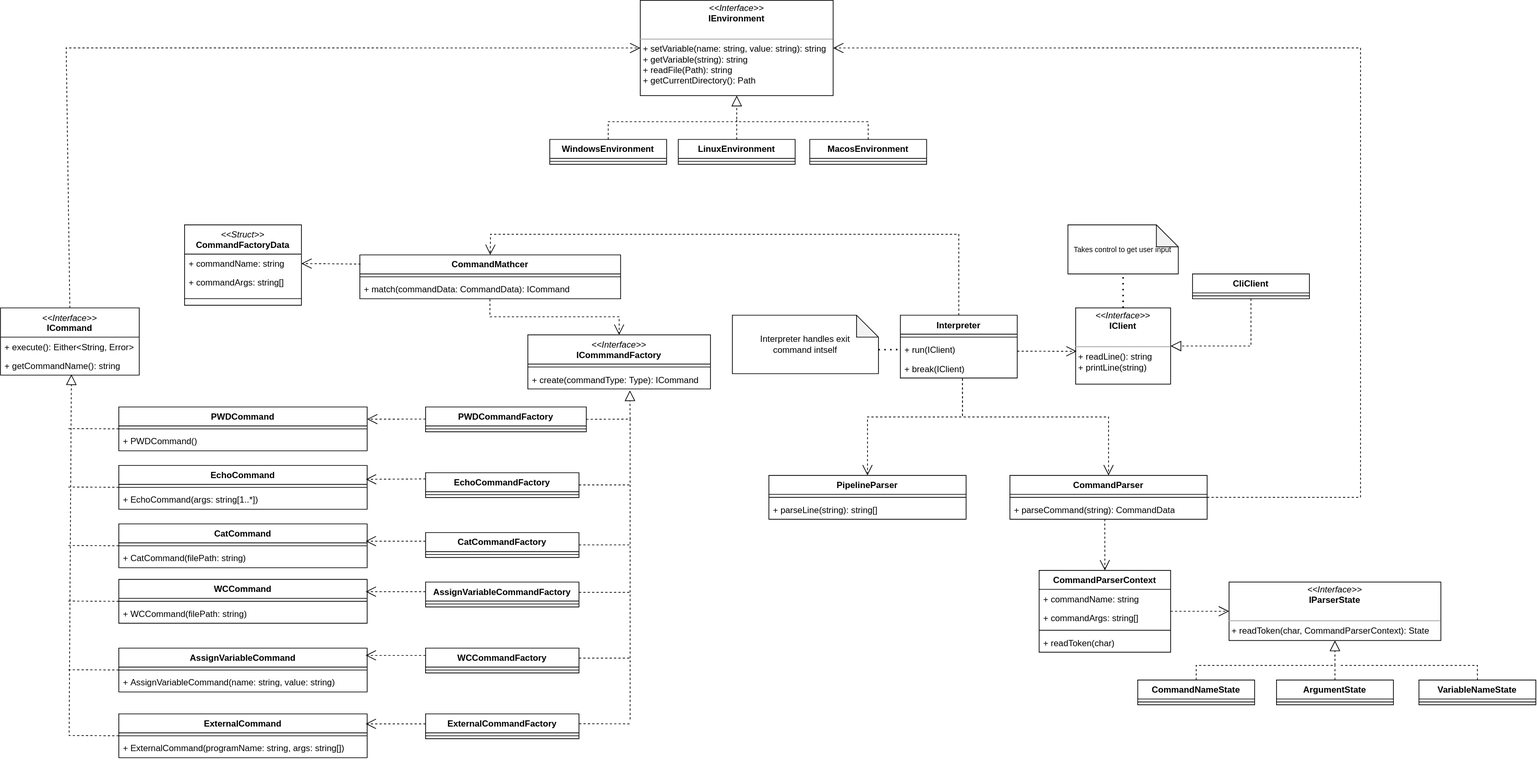
The draw.io diagram CLI/ClassDiagram.svg in Alexander-Ploskin/architecture-course, before a commit. Source tidied: cells renumbered, new cells last; positions are measured from the earlier drawing's top-left corner, leaving out a move shared by most shapes.
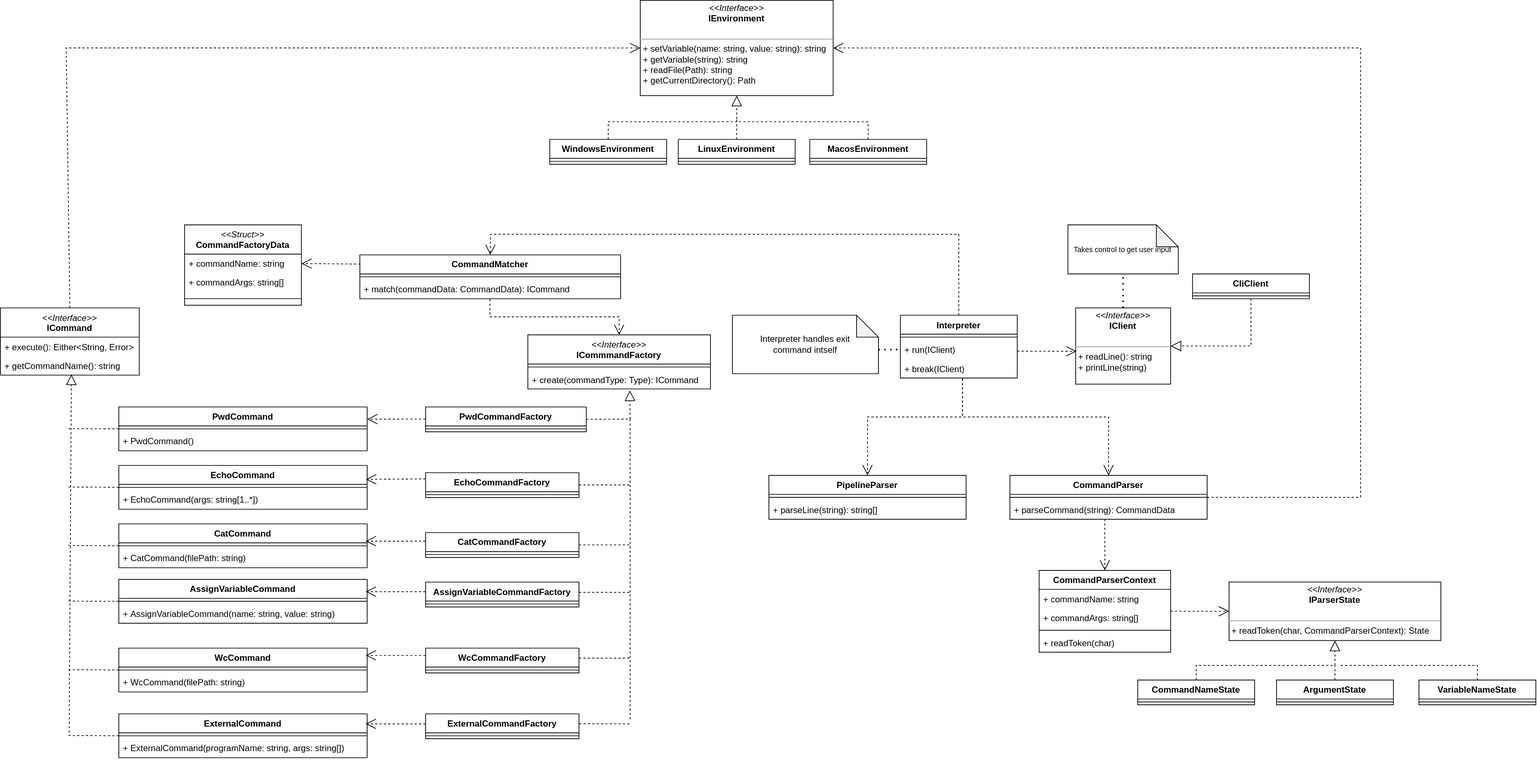
After the commit.

Change to the diagram source:
```diff
@@ -68,13 +68,13 @@
     <mxCell id="23" style="line;strokeWidth=1;fillColor=none;align=left;verticalAlign=middle;spacingTop=-1;spacingLeft=3;spacingRight=3;labelPosition=right;strokeColor=inherit;" parent="22" vertex="1">
       <mxGeometry y="26" width="160" height="8" as="geometry" />
     </mxCell>
-    <mxCell id="24" value="WCCommand" style="swimlane;fontStyle=1;align=center;verticalAlign=top;horizontal=1;startSize=26;whiteSpace=wrap;html=1;" parent="1" vertex="1">
+    <mxCell id="24" value="AssignVariableCommand" style="swimlane;fontStyle=1;align=center;verticalAlign=top;horizontal=1;startSize=26;whiteSpace=wrap;html=1;" parent="1" vertex="1">
       <mxGeometry x="162" y="792.3" width="340" height="60" as="geometry" />
     </mxCell>
     <mxCell id="25" style="line;strokeWidth=1;fillColor=none;align=left;verticalAlign=middle;spacingTop=-1;spacingLeft=3;spacingRight=3;labelPosition=right;strokeColor=inherit;" parent="24" vertex="1">
       <mxGeometry y="26" width="340" height="8" as="geometry" />
     </mxCell>
-    <mxCell id="26" value="+ WCCommand(filePath: string)" style="text;strokeColor=none;fillColor=none;align=left;verticalAlign=top;spacingLeft=4;spacingRight=4;overflow=hidden;whiteSpace=wrap;html=1;" parent="24" vertex="1">
+    <mxCell id="26" value="+&amp;nbsp;AssignVariableCommand(name: string, value: string)" style="text;strokeColor=none;fillColor=none;align=left;verticalAlign=top;spacingLeft=4;spacingRight=4;overflow=hidden;whiteSpace=wrap;html=1;" parent="24" vertex="1">
       <mxGeometry y="34" width="340" height="26" as="geometry" />
     </mxCell>
     <mxCell id="27" value="Interpreter" style="swimlane;fontStyle=1;align=center;verticalAlign=top;horizontal=1;startSize=26;whiteSpace=wrap;html=1;" parent="1" vertex="1">
@@ -89,13 +89,13 @@
     <mxCell id="30" value="+ break(IClient)" style="text;strokeColor=none;fillColor=none;align=left;verticalAlign=top;spacingLeft=4;spacingRight=4;overflow=hidden;points=[[0,0.5],[1,0.5]];portConstraint=eastwest;whiteSpace=wrap;html=1;" parent="27" vertex="1">
       <mxGeometry y="60" width="160" height="26" as="geometry" />
     </mxCell>
-    <mxCell id="31" value="PWDCommand" style="swimlane;fontStyle=1;align=center;verticalAlign=top;horizontal=1;startSize=26;whiteSpace=wrap;html=1;" parent="1" vertex="1">
+    <mxCell id="31" value="PwdCommand" style="swimlane;fontStyle=1;align=center;verticalAlign=top;horizontal=1;startSize=26;whiteSpace=wrap;html=1;" parent="1" vertex="1">
       <mxGeometry x="162" y="556.3" width="340" height="60" as="geometry" />
     </mxCell>
     <mxCell id="32" style="line;strokeWidth=1;fillColor=none;align=left;verticalAlign=middle;spacingTop=-1;spacingLeft=3;spacingRight=3;labelPosition=right;strokeColor=inherit;" parent="31" vertex="1">
       <mxGeometry y="26" width="340" height="8" as="geometry" />
     </mxCell>
-    <mxCell id="33" value="+&amp;nbsp;PWDCommand()" style="text;strokeColor=none;fillColor=none;align=left;verticalAlign=top;spacingLeft=4;spacingRight=4;overflow=hidden;whiteSpace=wrap;html=1;" parent="31" vertex="1">
+    <mxCell id="33" value="+&amp;nbsp;PwdCommand()" style="text;strokeColor=none;fillColor=none;align=left;verticalAlign=top;spacingLeft=4;spacingRight=4;overflow=hidden;whiteSpace=wrap;html=1;" parent="31" vertex="1">
       <mxGeometry y="34" width="340" height="26" as="geometry" />
     </mxCell>
     <mxCell id="34" value="PipelineParser" style="swimlane;fontStyle=1;align=center;verticalAlign=top;horizontal=1;startSize=26;whiteSpace=wrap;html=1;" parent="1" vertex="1">
@@ -107,7 +107,7 @@
     <mxCell id="36" value="+ parseLine(string): string[]" style="text;strokeColor=none;fillColor=none;align=left;verticalAlign=top;spacingLeft=4;spacingRight=4;overflow=hidden;whiteSpace=wrap;html=1;" parent="34" vertex="1">
       <mxGeometry y="34" width="270" height="26" as="geometry" />
     </mxCell>
-    <mxCell id="37" value="CommandMathcer" style="swimlane;fontStyle=1;align=center;verticalAlign=top;horizontal=1;startSize=26;whiteSpace=wrap;html=1;" parent="1" vertex="1">
+    <mxCell id="37" value="CommandMatcher" style="swimlane;fontStyle=1;align=center;verticalAlign=top;horizontal=1;startSize=26;whiteSpace=wrap;html=1;" parent="1" vertex="1">
       <mxGeometry x="492" y="348.3" width="357" height="60" as="geometry" />
     </mxCell>
     <mxCell id="38" style="line;strokeWidth=1;fillColor=none;align=left;verticalAlign=middle;spacingTop=-1;spacingLeft=3;spacingRight=3;labelPosition=right;strokeColor=inherit;" parent="37" vertex="1">
@@ -281,13 +281,13 @@
         </Array>
       </mxGeometry>
     </mxCell>
-    <mxCell id="80" value="AssignVariableCommand" style="swimlane;fontStyle=1;align=center;verticalAlign=top;horizontal=1;startSize=26;whiteSpace=wrap;html=1;" parent="1" vertex="1">
+    <mxCell id="80" value="WcCommand" style="swimlane;fontStyle=1;align=center;verticalAlign=top;horizontal=1;startSize=26;whiteSpace=wrap;html=1;" parent="1" vertex="1">
       <mxGeometry x="162" y="886.3" width="340" height="60" as="geometry" />
     </mxCell>
     <mxCell id="81" style="line;strokeWidth=1;fillColor=none;align=left;verticalAlign=middle;spacingTop=-1;spacingLeft=3;spacingRight=3;labelPosition=right;strokeColor=inherit;" parent="80" vertex="1">
       <mxGeometry y="26" width="340" height="8" as="geometry" />
     </mxCell>
-    <mxCell id="82" value="+&amp;nbsp;AssignVariableCommand(name: string, value: string)" style="text;strokeColor=none;fillColor=none;align=left;verticalAlign=top;spacingLeft=4;spacingRight=4;overflow=hidden;whiteSpace=wrap;html=1;" parent="80" vertex="1">
+    <mxCell id="82" value="+ WcCommand(filePath: string)" style="text;strokeColor=none;fillColor=none;align=left;verticalAlign=top;spacingLeft=4;spacingRight=4;overflow=hidden;whiteSpace=wrap;html=1;" parent="80" vertex="1">
       <mxGeometry y="34" width="340" height="26" as="geometry" />
     </mxCell>
     <mxCell id="83" value="&lt;div&gt;Interpreter handles exit&lt;/div&gt;&lt;div&gt;command intself&lt;br&gt;&lt;/div&gt;" style="shape=note;whiteSpace=wrap;html=1;backgroundOutline=1;darkOpacity=0.05;" parent="1" vertex="1">
@@ -304,7 +304,7 @@
         </Array>
       </mxGeometry>
     </mxCell>
-    <mxCell id="86" value="PWDCommandFactory" style="swimlane;fontStyle=1;align=center;verticalAlign=top;horizontal=1;startSize=26;whiteSpace=wrap;html=1;" parent="1" vertex="1">
+    <mxCell id="86" value="PwdCommandFactory" style="swimlane;fontStyle=1;align=center;verticalAlign=top;horizontal=1;startSize=26;whiteSpace=wrap;html=1;" parent="1" vertex="1">
       <mxGeometry x="582" y="556.3" width="220" height="34" as="geometry" />
     </mxCell>
     <mxCell id="87" style="line;strokeWidth=1;fillColor=none;align=left;verticalAlign=middle;spacingTop=-1;spacingLeft=3;spacingRight=3;labelPosition=right;strokeColor=inherit;" parent="86" vertex="1">
@@ -328,7 +328,7 @@
     <mxCell id="93" style="line;strokeWidth=1;fillColor=none;align=left;verticalAlign=middle;spacingTop=-1;spacingLeft=3;spacingRight=3;labelPosition=right;strokeColor=inherit;" parent="92" vertex="1">
       <mxGeometry y="26" width="210" height="8" as="geometry" />
     </mxCell>
-    <mxCell id="94" value="WCCommandFactory" style="swimlane;fontStyle=1;align=center;verticalAlign=top;horizontal=1;startSize=26;whiteSpace=wrap;html=1;" parent="1" vertex="1">
+    <mxCell id="94" value="WcCommandFactory" style="swimlane;fontStyle=1;align=center;verticalAlign=top;horizontal=1;startSize=26;whiteSpace=wrap;html=1;" parent="1" vertex="1">
       <mxGeometry x="582" y="886.3" width="210" height="34" as="geometry" />
     </mxCell>
     <mxCell id="95" style="line;strokeWidth=1;fillColor=none;align=left;verticalAlign=middle;spacingTop=-1;spacingLeft=3;spacingRight=3;labelPosition=right;strokeColor=inherit;" parent="94" vertex="1">
```
